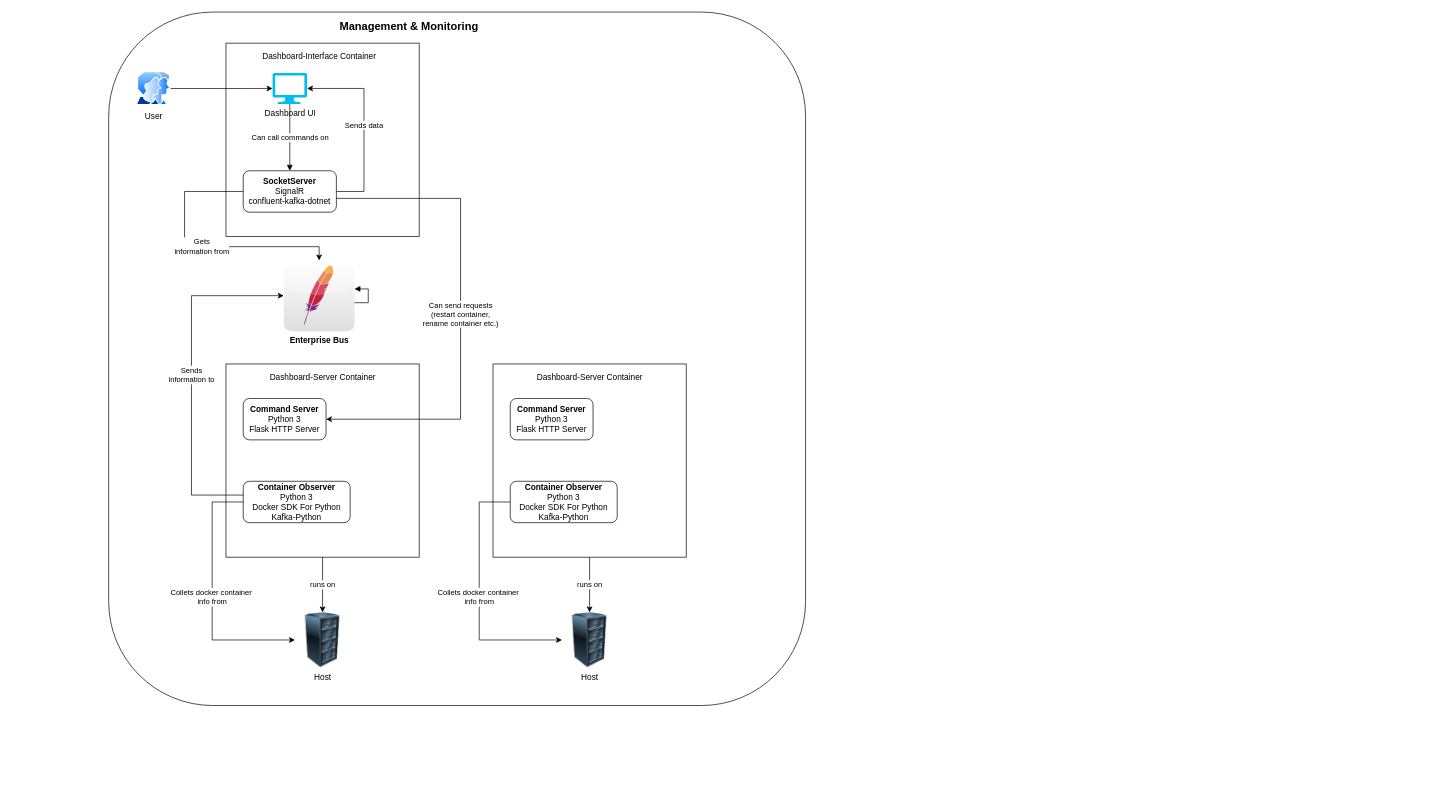
The draw.io diagram Docs/ManagementMonitoring.drawio in jakobhviid/ProjectLeapNode, before the edit. Source tidied: cells renumbered, new cells numbered last; positions are measured from the earlier drawing's top-left corner, leaving out a move shared by most shapes. Both pictures are drawn from the tidied source at 69%, with x=0, y=0 at pixel (108, 12).
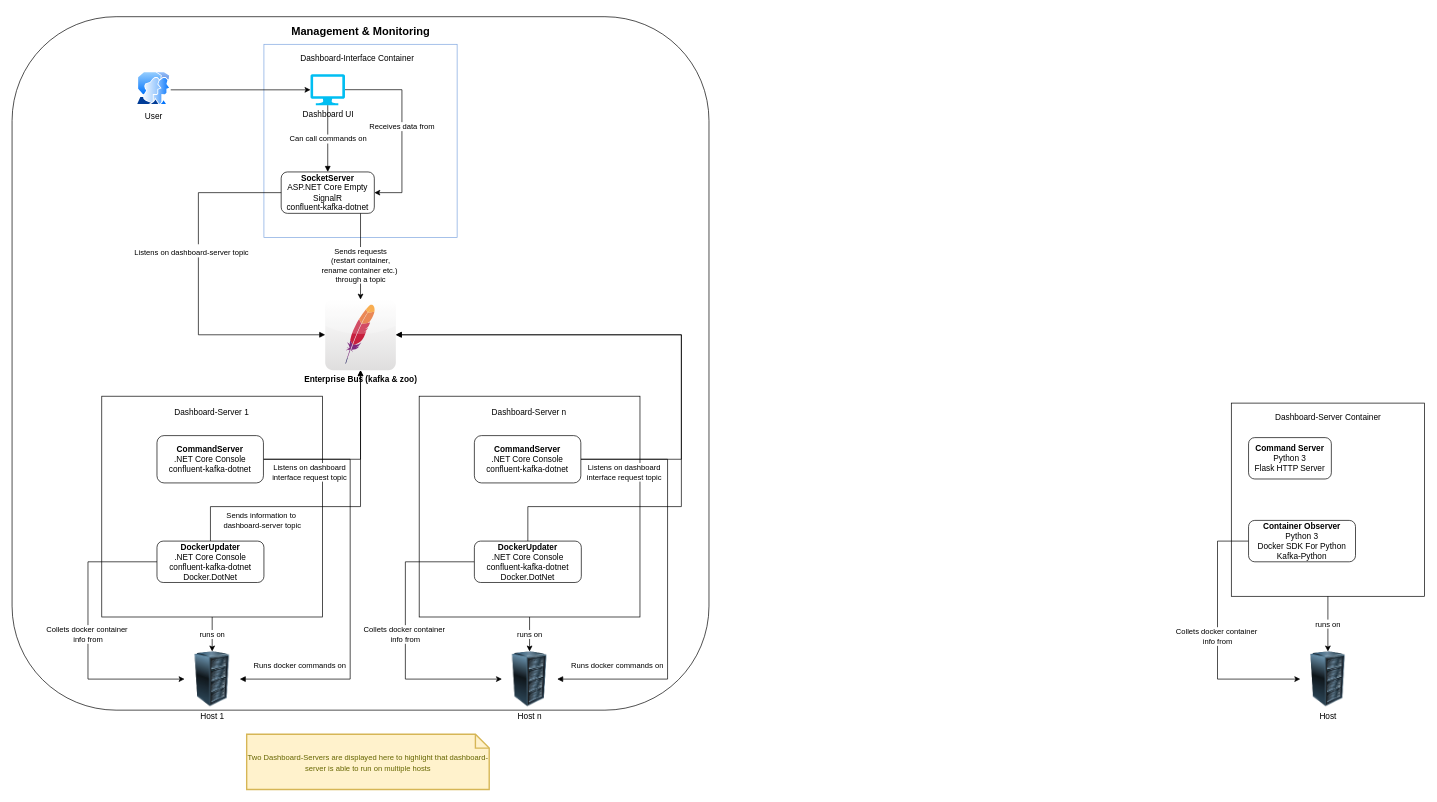
Above is the later version.

Commit message:
ManagementMonitoring Overview diagram

Diff of the diagram source:
```diff
@@
-    <mxCell id="2" style="group;" parent="1" vertex="1">
-      <mxGeometry x="170" y="45" width="840" height="960" as="geometry" />
-    </mxCell>
-    <mxCell id="3" style="rounded=1;whiteSpace=wrap;html=1;" parent="2" vertex="1">
-      <mxGeometry x="-170" y="-45" width="1010" height="1005" as="geometry" />
+    <mxCell id="3" style="rounded=1;whiteSpace=wrap;html=1;" parent="1" vertex="1">
+      <mxGeometry x="-140" y="6.7" width="1010" height="1005" as="geometry" />
     </mxCell>
+    <mxCell id="27" style="whiteSpace=wrap;html=1;" parent="1" vertex="1">
+      <mxGeometry x="-10" y="556.7" width="320" height="320" as="geometry" />
+    </mxCell>
+    <mxCell id="24" value="User" style="perimeter=ellipsePerimeter;html=1;align=center;shadow=0;dashed=0;spacingTop=3;image;image=img/lib/active_directory/user_accounts.svg;" parent="1" vertex="1">
+      <mxGeometry x="40" y="86.5" width="50" height="48.5" as="geometry" />
+    </mxCell>
+    <mxCell id="35" value="Sends information&amp;nbsp;to&lt;br&gt;&amp;nbsp;dashboard-server topic" style="edgeStyle=orthogonalEdgeStyle;rounded=0;jettySize=auto;html=1;startArrow=none;startFill=0;endArrow=classic;endFill=1;" parent="1" edge="1" source="31" target="11">
+      <mxGeometry x="-0.47" y="-20" relative="1" as="geometry">
+        <Array as="points">
+          <mxPoint x="148" y="716.7" />
+          <mxPoint x="365" y="716.7" />
+        </Array>
+      </mxGeometry>
+    </mxCell>
+    <mxCell id="12" value="Management &amp;amp; Monitoring" style="text;html=1;strokeColor=none;fillColor=none;align=center;verticalAlign=middle;whiteSpace=wrap;rounded=0;fontSize=16;fontStyle=1;" parent="1" vertex="1">
+      <mxGeometry x="228.5" y="16.7" width="273" height="20" as="geometry" />
+    </mxCell>
-    <mxCell id="4" style="whiteSpace=wrap;html=1;" parent="2" vertex="1">
-      <mxGeometry width="280" height="280" as="geometry" />
+    <mxCell id="4" style="whiteSpace=wrap;html=1;strokeColor=#7EA6E0;" parent="1" vertex="1">
+      <mxGeometry x="225" y="46.7" width="280" height="280" as="geometry" />
     </mxCell>
-    <mxCell id="5" value="Dashboard-Interface Container" style="text;html=1;strokeColor=none;fillColor=none;align=center;verticalAlign=middle;whiteSpace=wrap;rounded=0;" parent="2" vertex="1">
-      <mxGeometry x="37.5" y="10" width="195" height="20" as="geometry" />
+    <mxCell id="5" value="Dashboard-Interface Container" style="text;html=1;strokeColor=none;fillColor=none;align=center;verticalAlign=middle;whiteSpace=wrap;rounded=0;" parent="1" vertex="1">
+      <mxGeometry x="262.5" y="56.7" width="195" height="20" as="geometry" />
     </mxCell>
-    <mxCell id="6" value="Sends data" style="edgeStyle=orthogonalEdgeStyle;rounded=0;jettySize=auto;html=1;startArrow=classic;startFill=1;endArrow=none;endFill=0;exitX=1;exitY=0.5;exitDx=0;exitDy=0;exitPerimeter=0;" parent="2" edge="1" source="7" target="10">
+    <mxCell id="6" value="Receives data from" style="edgeStyle=orthogonalEdgeStyle;rounded=0;jettySize=auto;html=1;startArrow=none;startFill=0;endArrow=classic;endFill=1;exitX=1;exitY=0.5;exitDx=0;exitDy=0;exitPerimeter=0;" parent="1" edge="1" source="7" target="10">
       <mxGeometry relative="1" as="geometry">
         <Array as="points">
-          <mxPoint x="200" y="66" />
-          <mxPoint x="200" y="215" />
+          <mxPoint x="425" y="112.7" />
+          <mxPoint x="425" y="261.7" />
         </Array>
       </mxGeometry>
     </mxCell>
-    <mxCell id="7" value="Dashboard UI" style="verticalLabelPosition=bottom;html=1;verticalAlign=top;align=center;strokeColor=none;fillColor=#00BEF2;shape=mxgraph.azure.computer;" parent="2" vertex="1">
-      <mxGeometry x="67.5" y="43.2" width="50" height="45" as="geometry" />
+    <mxCell id="7" value="Dashboard UI" style="verticalLabelPosition=bottom;html=1;verticalAlign=top;align=center;strokeColor=none;fillColor=#00BEF2;shape=mxgraph.azure.computer;" parent="1" vertex="1">
+      <mxGeometry x="292.5" y="90" width="50" height="45" as="geometry" />
     </mxCell>
-    <mxCell id="8" value="Gets &lt;br&gt;information from" style="edgeStyle=orthogonalEdgeStyle;rounded=0;jettySize=auto;html=1;startArrow=none;startFill=0;endArrow=classic;endFill=1;" parent="2" edge="1" source="10" target="11">
-      <mxGeometry relative="1" as="geometry">
-        <Array as="points">
-          <mxPoint x="-60" y="215" />
-          <mxPoint x="-60" y="295" />
-          <mxPoint x="135" y="295" />
-        </Array>
-      </mxGeometry>
-    </mxCell>
-    <mxCell id="9" value="Can call commands on" style="edgeStyle=orthogonalEdgeStyle;rounded=0;jettySize=auto;html=1;endArrow=none;endFill=0;startArrow=block;startFill=1;" parent="2" edge="1" source="10" target="7">
+    <mxCell id="9" value="Can call commands on" style="edgeStyle=orthogonalEdgeStyle;rounded=0;jettySize=auto;html=1;endArrow=none;endFill=0;startArrow=block;startFill=1;" parent="1" edge="1" source="10" target="7">
       <mxGeometry relative="1" as="geometry" />
     </mxCell>
-    <mxCell id="10" value="&lt;b&gt;SocketServer&lt;/b&gt;&lt;br&gt;SignalR&lt;br&gt;confluent-kafka-dotnet" style="rounded=1;whiteSpace=wrap;html=1;" parent="2" vertex="1">
-      <mxGeometry x="25" y="185" width="135" height="60" as="geometry" />
+    <mxCell id="10" value="&lt;b&gt;SocketServer&lt;br&gt;&lt;/b&gt;ASP.NET Core Empty&lt;br&gt;SignalR&lt;br&gt;confluent-kafka-dotnet" style="rounded=1;whiteSpace=wrap;html=1;" parent="1" vertex="1">
+      <mxGeometry x="250" y="231.7" width="135" height="60" as="geometry" />
     </mxCell>
-    <mxCell id="11" value="&lt;b&gt;Enterprise Bus&lt;/b&gt;" style="dashed=0;outlineConnect=0;html=1;align=center;labelPosition=center;verticalLabelPosition=bottom;verticalAlign=top;shape=mxgraph.webicons.apache;gradientColor=#DFDEDE;" parent="2" vertex="1">
-      <mxGeometry x="83.8" y="315" width="102.4" height="102.4" as="geometry" />
+    <mxCell id="11" value="&lt;b&gt;Enterprise Bus (kafka &amp;amp; zoo)&lt;/b&gt;" style="dashed=0;outlineConnect=0;html=1;align=center;labelPosition=center;verticalLabelPosition=bottom;verticalAlign=top;shape=mxgraph.webicons.apache;gradientColor=#DFDEDE;" parent="1" vertex="1">
+      <mxGeometry x="313.8" y="416.7" width="102.4" height="102.4" as="geometry" />
     </mxCell>
-    <mxCell id="12" value="Management &amp;amp; Monitoring" style="text;html=1;strokeColor=none;fillColor=none;align=center;verticalAlign=middle;whiteSpace=wrap;rounded=0;fontSize=16;fontStyle=1;" parent="2" vertex="1">
-      <mxGeometry x="128.5" y="-35" width="273" height="20" as="geometry" />
-    </mxCell>
-    <mxCell id="13" style="edgeStyle=orthogonalEdgeStyle;rounded=0;orthogonalLoop=1;jettySize=auto;html=1;startArrow=block;startFill=1;endArrow=none;endFill=0;fontSize=16;" parent="2" edge="1" source="11" target="11">
-      <mxGeometry relative="1" as="geometry" />
+    <mxCell id="13" value="&lt;font style=&quot;font-size: 11px&quot;&gt;Listens on&amp;nbsp;dashboard-server topic&lt;/font&gt;" style="edgeStyle=orthogonalEdgeStyle;rounded=0;jettySize=auto;html=1;startArrow=none;startFill=0;endArrow=block;endFill=1;fontSize=16;exitX=0;exitY=0.5;exitDx=0;exitDy=0;" parent="1" edge="1" source="10" target="11">
+      <mxGeometry x="-0.2" y="-10" relative="1" as="geometry">
+        <Array as="points">
+          <mxPoint x="130" y="261.7" />
+          <mxPoint x="130" y="467.7" />
+        </Array>
+      </mxGeometry>
     </mxCell>
-    <mxCell id="14" style="group;" parent="2" vertex="1">
-      <mxGeometry x="387" y="505" width="280" height="360" as="geometry" />
+    <mxCell id="14" style="group;" parent="1" vertex="1">
+      <mxGeometry x="1627" y="606.7" width="280" height="360" as="geometry" />
     </mxCell>
@@
     <mxCell id="23" style="edgeStyle=orthogonalEdgeStyle;rounded=0;jettySize=auto;html=1;" parent="1" edge="1" source="24" target="7">
-      <mxGeometry relative="1" as="geometry" />
+      <mxGeometry relative="1" as="geometry">
+        <Array as="points">
+          <mxPoint x="170" y="112.7" />
+          <mxPoint x="170" y="112.7" />
+        </Array>
+      </mxGeometry>
     </mxCell>
-    <mxCell id="24" value="User" style="perimeter=ellipsePerimeter;html=1;align=center;shadow=0;dashed=0;spacingTop=3;image;image=img/lib/active_directory/user_accounts.svg;" parent="1" vertex="1">
-      <mxGeometry x="40" y="86.5" width="50" height="48.5" as="geometry" />
-    </mxCell>
-    <mxCell id="25" style="group;" parent="1" vertex="1">
-      <mxGeometry x="170" y="550" width="280" height="360" as="geometry" />
-    </mxCell>
-    <mxCell id="26" style="group;" parent="25" vertex="1">
-      <mxGeometry y="-40" width="280" height="280" as="geometry" />
-    </mxCell>
-    <mxCell id="27" style="whiteSpace=wrap;html=1;" parent="26" vertex="1">
-      <mxGeometry width="280" height="280" as="geometry" />
-    </mxCell>
-    <mxCell id="28" value="Dashboard-Server Container" style="text;html=1;strokeColor=none;fillColor=none;align=center;verticalAlign=middle;whiteSpace=wrap;rounded=0;" parent="26" vertex="1">
-      <mxGeometry x="47.5" y="10" width="185" height="20" as="geometry" />
-    </mxCell>
-    <mxCell id="29" value="&lt;b&gt;Command Server&lt;/b&gt;&lt;br&gt;Python 3&lt;br&gt;Flask HTTP Server" style="rounded=1;whiteSpace=wrap;html=1;" parent="26" vertex="1">
-      <mxGeometry x="25" y="50" width="120" height="60" as="geometry" />
-    </mxCell>
+    <mxCell id="34" value="Sends&amp;nbsp;requests&lt;br&gt;(restart container, &lt;br&gt;rename container etc.)&amp;nbsp;&lt;br&gt;through a topic" style="edgeStyle=orthogonalEdgeStyle;rounded=0;jettySize=auto;html=1;startArrow=none;startFill=0;endArrow=classic;endFill=1;" parent="1" edge="1" source="10" target="11">
+      <mxGeometry x="0.2" relative="1" as="geometry">
+        <Array as="points">
+          <mxPoint x="365" y="346.7" />
+          <mxPoint x="365" y="346.7" />
+        </Array>
+      </mxGeometry>
+    </mxCell>
-    <mxCell id="30" value="Collets docker container&amp;nbsp;&lt;br&gt;info from" style="edgeStyle=orthogonalEdgeStyle;rounded=0;jettySize=auto;html=1;startArrow=none;startFill=0;endArrow=classic;endFill=1;" parent="25" edge="1" source="31" target="32">
+    <mxCell id="30" value="Collets docker container&amp;nbsp;&lt;br&gt;info from" style="edgeStyle=orthogonalEdgeStyle;rounded=0;jettySize=auto;html=1;startArrow=none;startFill=0;endArrow=classic;endFill=1;" parent="1" edge="1" source="31" target="32">
       <mxGeometry relative="1" as="geometry">
         <Array as="points">
-          <mxPoint x="-20" y="160" />
-          <mxPoint x="-20" y="360" />
+          <mxPoint x="-30" y="796.7" />
+          <mxPoint x="-30" y="966.7" />
         </Array>
       </mxGeometry>
     </mxCell>
-    <mxCell id="31" value="&lt;b&gt;Container Observer&lt;/b&gt;&lt;br&gt;Python 3&lt;br&gt;Docker SDK For Python&lt;br&gt;Kafka-Python" style="rounded=1;whiteSpace=wrap;html=1;" parent="25" vertex="1">
-      <mxGeometry x="25" y="130" width="155" height="60" as="geometry" />
+    <mxCell id="31" value="&lt;b&gt;DockerUpdater&lt;/b&gt;&lt;br&gt;.NET Core Console&lt;br&gt;confluent-kafka-dotnet&lt;br&gt;Docker.DotNet" style="rounded=1;whiteSpace=wrap;html=1;" parent="1" vertex="1">
+      <mxGeometry x="70" y="766.7" width="155" height="60" as="geometry" />
     </mxCell>
-    <mxCell id="32" value="Host" style="image;html=1;labelBackgroundColor=#ffffff;image=img/lib/clip_art/computers/Server_Rack_128x128.png;" parent="25" vertex="1">
-      <mxGeometry x="100" y="320" width="80" height="80" as="geometry" />
+    <mxCell id="32" value="Host 1" style="image;html=1;labelBackgroundColor=#ffffff;image=img/lib/clip_art/computers/Server_Rack_128x128.png;" parent="1" vertex="1">
+      <mxGeometry x="110" y="926.7" width="80" height="80" as="geometry" />
     </mxCell>
-    <mxCell id="33" value="runs on" style="edgeStyle=orthogonalEdgeStyle;rounded=0;jettySize=auto;html=1;startArrow=none;startFill=0;endArrow=classic;endFill=1;" parent="25" edge="1" source="27" target="32">
+    <mxCell id="33" value="runs on" style="edgeStyle=orthogonalEdgeStyle;rounded=0;jettySize=auto;html=1;startArrow=none;startFill=0;endArrow=classic;endFill=1;" parent="1" edge="1" source="27" target="32">
       <mxGeometry relative="1" as="geometry" />
     </mxCell>
-    <mxCell id="34" value="Can send requests&lt;br&gt;(restart container, &lt;br&gt;rename container etc.)" style="edgeStyle=orthogonalEdgeStyle;rounded=0;jettySize=auto;html=1;startArrow=none;startFill=0;endArrow=classic;endFill=1;" parent="1" edge="1" source="10" target="29">
-      <mxGeometry relative="1" as="geometry">
-        <Array as="points">
-          <mxPoint x="510" y="270" />
-          <mxPoint x="510" y="590" />
-        </Array>
-      </mxGeometry>
-    </mxCell>
-    <mxCell id="35" value="Sends &lt;br&gt;information to" style="edgeStyle=orthogonalEdgeStyle;rounded=0;jettySize=auto;html=1;startArrow=none;startFill=0;endArrow=classic;endFill=1;" parent="1" edge="1" source="31" target="11">
-      <mxGeometry relative="1" as="geometry">
-        <Array as="points">
-          <mxPoint x="120" y="700" />
-          <mxPoint x="120" y="411" />
-        </Array>
-      </mxGeometry>
-    </mxCell>
+    <mxCell id="28" value="Dashboard-Server 1" style="text;html=1;strokeColor=none;fillColor=none;align=center;verticalAlign=middle;whiteSpace=wrap;rounded=0;" parent="1" vertex="1">
+      <mxGeometry x="44.3" y="568.1" width="211.4" height="22.9" as="geometry" />
+    </mxCell>
+    <mxCell id="36" value="Listens on dashboard&lt;br&gt;interface request topic" style="edgeStyle=orthogonalEdgeStyle;rounded=0;jettySize=auto;html=1;startArrow=none;startFill=0;endArrow=block;endFill=1;" parent="1" edge="1" source="29" target="11">
+      <mxGeometry x="-0.5" y="-19" relative="1" as="geometry">
+        <Array as="points">
+          <mxPoint x="365" y="647.7" />
+        </Array>
+      </mxGeometry>
+    </mxCell>
+    <mxCell id="37" value="Runs docker commands on" style="edgeStyle=orthogonalEdgeStyle;rounded=0;jettySize=auto;html=1;startArrow=none;startFill=0;endArrow=block;endFill=1;" parent="1" edge="1" source="29" target="32">
+      <mxGeometry x="0.71" y="-20" relative="1" as="geometry">
+        <Array as="points">
+          <mxPoint x="350" y="647.7" />
+          <mxPoint x="350" y="966.7" />
+        </Array>
+      </mxGeometry>
+    </mxCell>
+    <mxCell id="29" value="&lt;b&gt;CommandServer&lt;/b&gt;&lt;br&gt;.NET Core Console&lt;br&gt;confluent-kafka-dotnet" style="rounded=1;whiteSpace=wrap;html=1;" parent="1" vertex="1">
+      <mxGeometry x="70" y="613.8" width="154.3" height="68.6" as="geometry" />
+    </mxCell>
+    <mxCell id="38" style="whiteSpace=wrap;html=1;" parent="1" vertex="1">
+      <mxGeometry x="450" y="556.7" width="320" height="320" as="geometry" />
+    </mxCell>
+    <mxCell id="39" value="Collets docker container&amp;nbsp;&lt;br&gt;info from" style="edgeStyle=orthogonalEdgeStyle;rounded=0;jettySize=auto;html=1;startArrow=none;startFill=0;endArrow=classic;endFill=1;" parent="1" edge="1" source="41" target="42">
+      <mxGeometry relative="1" as="geometry">
+        <Array as="points">
+          <mxPoint x="430" y="796.7" />
+          <mxPoint x="430" y="966.7" />
+        </Array>
+      </mxGeometry>
+    </mxCell>
+    <mxCell id="40" style="edgeStyle=orthogonalEdgeStyle;rounded=0;jettySize=auto;html=1;startArrow=none;startFill=0;endArrow=block;endFill=1;" parent="1" edge="1" source="41" target="11">
+      <mxGeometry relative="1" as="geometry">
+        <Array as="points">
+          <mxPoint x="608" y="716.7" />
+          <mxPoint x="830" y="716.7" />
+          <mxPoint x="830" y="467.7" />
+        </Array>
+      </mxGeometry>
+    </mxCell>
+    <mxCell id="41" value="&lt;b&gt;DockerUpdater&lt;/b&gt;&lt;br&gt;.NET Core Console&lt;br&gt;confluent-kafka-dotnet&lt;br&gt;Docker.DotNet" style="rounded=1;whiteSpace=wrap;html=1;" parent="1" vertex="1">
+      <mxGeometry x="530" y="766.7" width="155" height="60" as="geometry" />
+    </mxCell>
+    <mxCell id="42" value="Host n" style="image;html=1;labelBackgroundColor=#ffffff;image=img/lib/clip_art/computers/Server_Rack_128x128.png;" parent="1" vertex="1">
+      <mxGeometry x="570" y="926.7" width="80" height="80" as="geometry" />
+    </mxCell>
+    <mxCell id="43" value="runs on" style="edgeStyle=orthogonalEdgeStyle;rounded=0;jettySize=auto;html=1;startArrow=none;startFill=0;endArrow=classic;endFill=1;" parent="1" edge="1" source="38" target="42">
+      <mxGeometry relative="1" as="geometry" />
+    </mxCell>
+    <mxCell id="44" value="Dashboard-Server n" style="text;html=1;strokeColor=none;fillColor=none;align=center;verticalAlign=middle;whiteSpace=wrap;rounded=0;" parent="1" vertex="1">
+      <mxGeometry x="504.3" y="568.1" width="211.4" height="22.9" as="geometry" />
+    </mxCell>
+    <mxCell id="45" value="Listens on dashboard&lt;br&gt;interface request topic" style="edgeStyle=orthogonalEdgeStyle;rounded=0;jettySize=auto;html=1;startArrow=none;startFill=0;endArrow=block;endFill=1;" parent="1" edge="1" source="47" target="11">
+      <mxGeometry x="-0.83" y="-19" relative="1" as="geometry">
+        <Array as="points">
+          <mxPoint x="830" y="647.7" />
+          <mxPoint x="830" y="467.7" />
+        </Array>
+      </mxGeometry>
+    </mxCell>
+    <mxCell id="46" value="Runs docker commands on" style="edgeStyle=orthogonalEdgeStyle;rounded=0;jettySize=auto;html=1;startArrow=none;startFill=0;endArrow=block;endFill=1;" parent="1" edge="1" source="47" target="42">
+      <mxGeometry x="0.71" y="-20" relative="1" as="geometry">
+        <Array as="points">
+          <mxPoint x="810" y="647.7" />
+          <mxPoint x="810" y="966.7" />
+        </Array>
+      </mxGeometry>
+    </mxCell>
+    <mxCell id="47" value="&lt;b&gt;CommandServer&lt;/b&gt;&lt;br&gt;.NET Core Console&lt;br&gt;confluent-kafka-dotnet" style="rounded=1;whiteSpace=wrap;html=1;" parent="1" vertex="1">
+      <mxGeometry x="530" y="613.8" width="154.3" height="68.6" as="geometry" />
+    </mxCell>
+    <mxCell id="48" value="&lt;font style=&quot;font-size: 11px&quot;&gt;Two Dashboard-Servers are displayed here to highlight that dashboard-server is able to run on multiple hosts&lt;/font&gt;" style="shape=note;strokeWidth=2;fontSize=14;size=20;whiteSpace=wrap;html=1;fillColor=#fff2cc;strokeColor=#d6b656;fontColor=#666600;" parent="1" vertex="1">
+      <mxGeometry x="200" y="1046.7" width="351.5" height="80" as="geometry" />
+    </mxCell>
```
